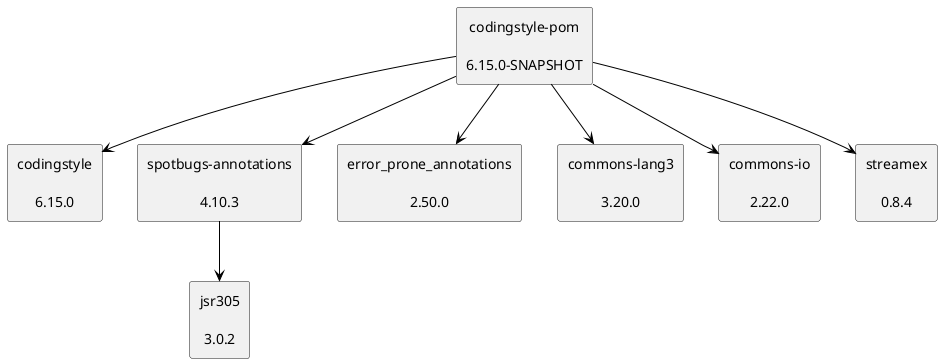
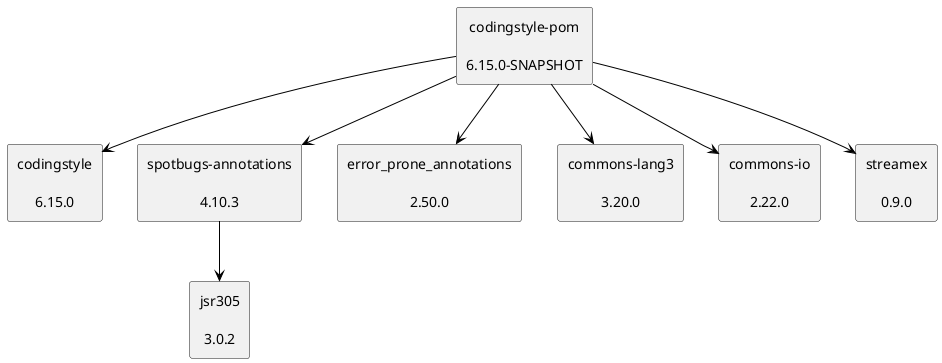
@startuml
skinparam defaultTextAlignment center
skinparam rectangle {
  BackgroundColor<<optional>> beige
  BackgroundColor<<test>> lightGreen
  BackgroundColor<<runtime>> lightBlue
  BackgroundColor<<provided>> lightGray
}
rectangle "codingstyle-pom\n\n6.15.0-SNAPSHOT" as edu_hm_hafner_codingstyle_pom_pom
rectangle "codingstyle\n\n6.15.0" as edu_hm_hafner_codingstyle_jar
rectangle "spotbugs-annotations\n\n4.10.3" as com_github_spotbugs_spotbugs_annotations_jar
rectangle "jsr305\n\n3.0.2" as com_google_code_findbugs_jsr305_jar
rectangle "error_prone_annotations\n\n2.50.0" as com_google_errorprone_error_prone_annotations_jar
rectangle "commons-lang3\n\n3.20.0" as org_apache_commons_commons_lang3_jar
rectangle "commons-io\n\n2.22.0" as commons_io_commons_io_jar
- rectangle "streamex\n\n0.8.4" as one_util_streamex_jar
+ rectangle "streamex\n\n0.9.0" as one_util_streamex_jar
edu_hm_hafner_codingstyle_pom_pom -[#000000]-> edu_hm_hafner_codingstyle_jar
com_github_spotbugs_spotbugs_annotations_jar -[#000000]-> com_google_code_findbugs_jsr305_jar
edu_hm_hafner_codingstyle_pom_pom -[#000000]-> com_github_spotbugs_spotbugs_annotations_jar
edu_hm_hafner_codingstyle_pom_pom -[#000000]-> com_google_errorprone_error_prone_annotations_jar
edu_hm_hafner_codingstyle_pom_pom -[#000000]-> org_apache_commons_commons_lang3_jar
edu_hm_hafner_codingstyle_pom_pom -[#000000]-> commons_io_commons_io_jar
edu_hm_hafner_codingstyle_pom_pom -[#000000]-> one_util_streamex_jar
@enduml